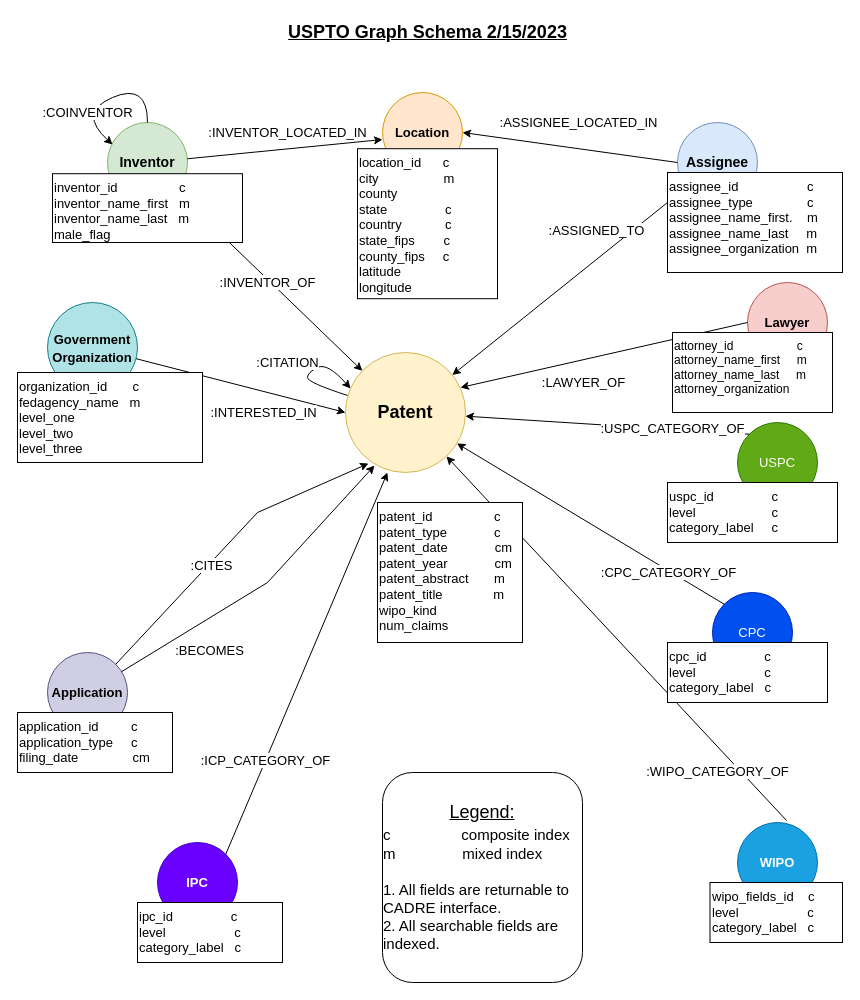
The draw.io diagram uspto20220630/new_uspto_diagram.drawio in iuni-cadre/DataPipelineAndProvenanceForCADRE, before the edit. Source tidied: cells renumbered, new cells numbered last; positions are measured from the earlier drawing's top-left corner, leaving out a move shared by most shapes. Both pictures are drawn from the tidied source at 100%, with x=0, y=0 at pixel (17, 17).
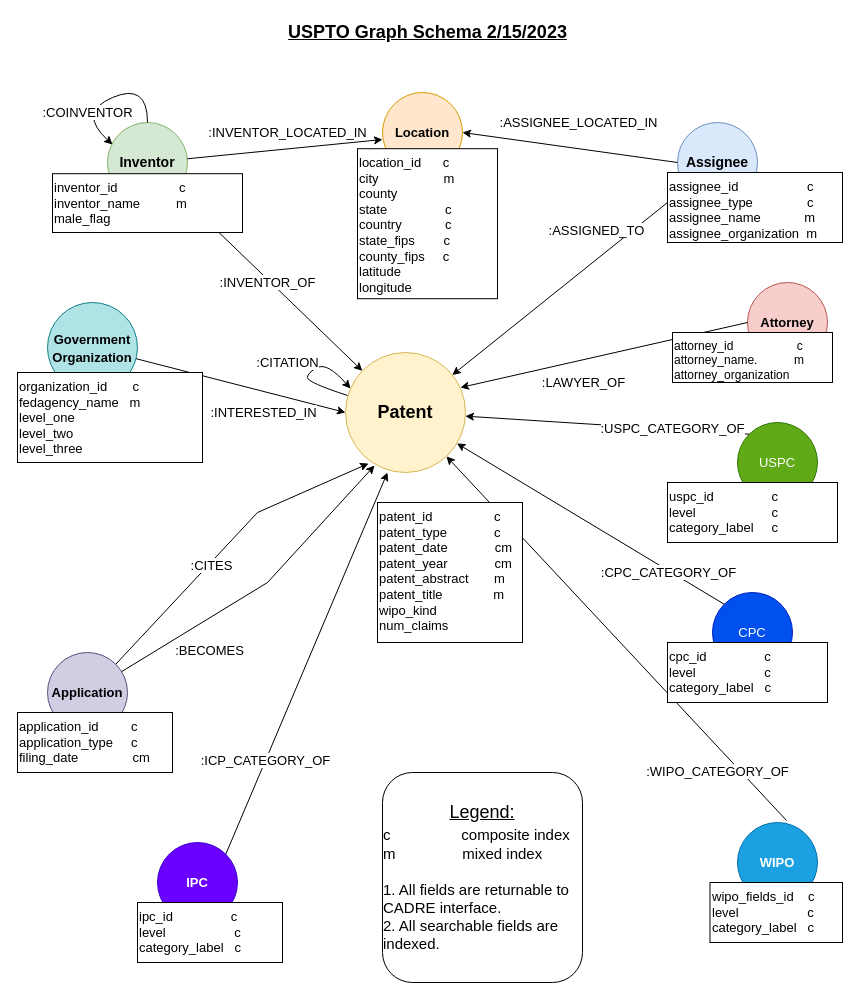
The same page after the edit.

Commit message (it also covers changes not shown here):
Updated schema diagram to reflect merge of first and last name fields.

Change to the diagram source:
```diff
@@
-    <mxCell id="13" value="&lt;b&gt;Lawyer&lt;/b&gt;" style="ellipse;whiteSpace=wrap;html=1;fontSize=13;fillColor=#f8cecc;strokeColor=#b85450;" parent="1" vertex="1">
+    <mxCell id="13" value="&lt;b&gt;Attorney&lt;/b&gt;" style="ellipse;whiteSpace=wrap;html=1;fontSize=13;fillColor=#f8cecc;strokeColor=#b85450;" parent="1" vertex="1">
       <mxGeometry x="730" y="265" width="80" height="80" as="geometry" />
     </mxCell>
@@
-    <mxCell id="15" value="assignee_id &amp;nbsp; &amp;nbsp; &amp;nbsp; &amp;nbsp; &amp;nbsp; &amp;nbsp; &amp;nbsp; &amp;nbsp; &amp;nbsp; c&lt;br&gt;assignee_type &amp;nbsp; &amp;nbsp; &amp;nbsp; &amp;nbsp; &amp;nbsp; &amp;nbsp; &amp;nbsp; c&lt;br&gt;assignee_name_first. &amp;nbsp; &amp;nbsp;m&lt;br&gt;assignee_name_last &amp;nbsp; &amp;nbsp; m&lt;br&gt;assignee_organization &amp;nbsp;m" style="whiteSpace=wrap;html=1;fontSize=13;align=left;verticalAlign=top;" parent="1" vertex="1">
-      <mxGeometry x="650" y="155" width="175" height="100" as="geometry" />
+    <mxCell id="15" value="assignee_id &amp;nbsp; &amp;nbsp; &amp;nbsp; &amp;nbsp; &amp;nbsp; &amp;nbsp; &amp;nbsp; &amp;nbsp; &amp;nbsp; c&lt;br&gt;assignee_type &amp;nbsp; &amp;nbsp; &amp;nbsp; &amp;nbsp; &amp;nbsp; &amp;nbsp; &amp;nbsp; c&lt;br&gt;assignee_name &amp;nbsp; &amp;nbsp; &amp;nbsp; &amp;nbsp; &amp;nbsp; &amp;nbsp;m&lt;br&gt;assignee_organization &amp;nbsp;m" style="whiteSpace=wrap;html=1;fontSize=13;align=left;verticalAlign=top;" parent="1" vertex="1">
+      <mxGeometry x="650" y="155" width="175" height="70" as="geometry" />
     </mxCell>
-    <mxCell id="16" value="inventor_id &amp;nbsp; &amp;nbsp; &amp;nbsp; &amp;nbsp; &amp;nbsp; &amp;nbsp; &amp;nbsp; &amp;nbsp; c&lt;br&gt;inventor_name_first &amp;nbsp; m inventor_name_last &amp;nbsp; m&lt;br&gt;male_flag" style="whiteSpace=wrap;html=1;fontSize=13;align=left;verticalAlign=top;" parent="1" vertex="1">
-      <mxGeometry x="35" y="156.2" width="190" height="68.8" as="geometry" />
+    <mxCell id="16" value="inventor_id &amp;nbsp; &amp;nbsp; &amp;nbsp; &amp;nbsp; &amp;nbsp; &amp;nbsp; &amp;nbsp; &amp;nbsp; c&lt;br&gt;inventor_name &amp;nbsp; &amp;nbsp; &amp;nbsp; &amp;nbsp; &amp;nbsp;m&lt;br&gt;male_flag" style="whiteSpace=wrap;html=1;fontSize=13;align=left;verticalAlign=top;" parent="1" vertex="1">
+      <mxGeometry x="35" y="156.2" width="190" height="58.8" as="geometry" />
     </mxCell>
@@
-    <mxCell id="19" value="attorney_id &amp;nbsp; &amp;nbsp; &amp;nbsp; &amp;nbsp; &amp;nbsp; &amp;nbsp; &amp;nbsp; &amp;nbsp; &amp;nbsp; c&lt;br&gt;attorney_name_first &amp;nbsp; &amp;nbsp; m&lt;br&gt;attorney_name_last &amp;nbsp; &amp;nbsp; m&lt;br&gt;&lt;div style=&quot;&quot;&gt;&lt;span style=&quot;background-color: initial;&quot;&gt;attorney_organization &amp;nbsp;&lt;/span&gt;&lt;/div&gt;" style="rounded=0;whiteSpace=wrap;html=1;align=left;verticalAlign=top;" parent="1" vertex="1">
-      <mxGeometry x="655" y="315" width="160" height="80" as="geometry" />
+    <mxCell id="19" value="attorney_id &amp;nbsp; &amp;nbsp; &amp;nbsp; &amp;nbsp; &amp;nbsp; &amp;nbsp; &amp;nbsp; &amp;nbsp; &amp;nbsp; c&lt;br&gt;attorney_name. &amp;nbsp; &amp;nbsp; &amp;nbsp; &amp;nbsp; &amp;nbsp; m&lt;br&gt;&lt;div style=&quot;&quot;&gt;&lt;span style=&quot;background-color: initial;&quot;&gt;attorney_organization &amp;nbsp;&lt;/span&gt;&lt;/div&gt;" style="rounded=0;whiteSpace=wrap;html=1;align=left;verticalAlign=top;" parent="1" vertex="1">
+      <mxGeometry x="655" y="315" width="160" height="50" as="geometry" />
     </mxCell>
```
